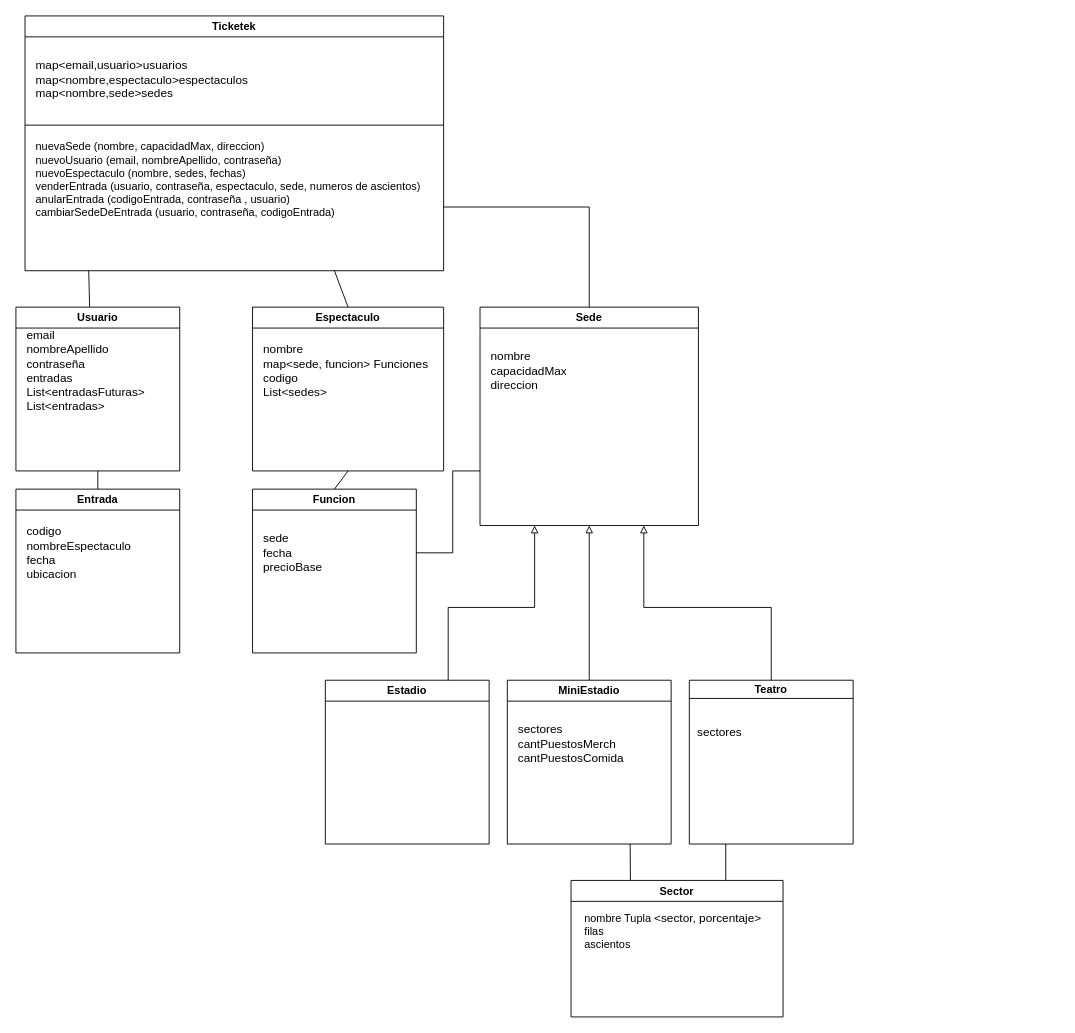
Before: src/TPprog2.drawio in MarianoRada/TP-progra-2, a draw.io diagram. Source tidied: cells renumbered, new cells numbered last; positions are measured from the earlier drawing's top-left corner, leaving out a move shared by most shapes. Both pictures are drawn from the tidied source at 91%, with x=0, y=0 at pixel (15, 15).
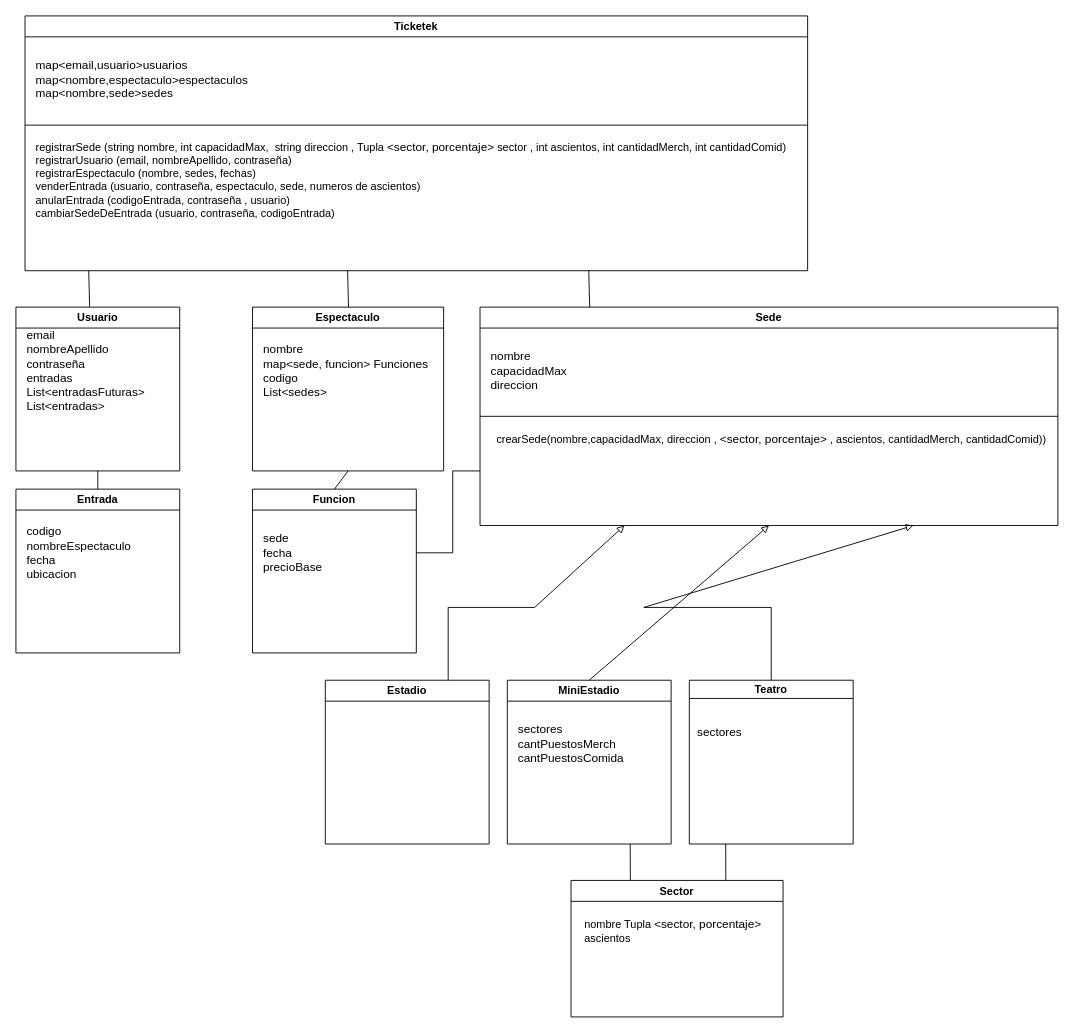
The same page after the edit.

The change refers to these unchanged cells:
```xml
<mxCell id="20" value="Sector" style="swimlane;whiteSpace=wrap;html=1;" parent="1" vertex="1">
  <mxGeometry x="610" y="950" width="233" height="150" as="geometry" />
</mxCell>
<mxCell id="26" value="Espectaculo" style="swimlane;whiteSpace=wrap;html=1;fillStyle=auto;rounded=0;glass=0;shadow=0;swimlaneLine=1;" parent="1" vertex="1">
  <mxGeometry x="260" y="320" width="210" height="180" as="geometry" />
</mxCell>
```

Diff of the diagram source:
```diff
@@
     <mxCell id="4" value="Ticketek" style="swimlane;whiteSpace=wrap;html=1;fillStyle=auto;rounded=0;glass=0;shadow=0;swimlaneLine=1;" parent="1" vertex="1">
-      <mxGeometry x="10" width="460" height="280" as="geometry" />
+      <mxGeometry x="10" width="860" height="280" as="geometry" />
     </mxCell>
@@
     <mxCell id="7" style="endArrow=none;html=1;rounded=0;exitX=0;exitY=0.5;exitDx=0;exitDy=0;" parent="4" edge="1">
       <mxGeometry relative="1" as="geometry">
         <mxPoint y="120" as="sourcePoint" />
-        <mxPoint x="460" y="120" as="targetPoint" />
+        <mxPoint x="860" y="120" as="targetPoint" />
       </mxGeometry>
     </mxCell>
-    <mxCell id="8" value="nuevaSede (nombre, capacidadMax, direccion)&lt;div&gt;nuevoUsuario (email, nombreApellido, contraseña)&lt;/div&gt;&lt;div&gt;nuevoEspectaculo (nombre, sedes, fechas)&lt;/div&gt;&lt;div&gt;venderEntrada (usuario, contraseña, espectaculo, sede, numeros de ascientos)&lt;/div&gt;&lt;div&gt;anularEntrada (codigoEntrada, contraseña , usuario)&lt;/div&gt;&lt;div&gt;cambiarSedeDeEntrada (usuario, contraseña, codigoEntrada)&lt;/div&gt;" style="text;html=1;align=left;verticalAlign=middle;strokeColor=none;fillColor=none;" parent="4" vertex="1">
-      <mxGeometry x="10" y="130" width="450" height="100" as="geometry" />
+    <mxCell id="8" value="registrarSede (string nombre, int capacidadMax,&amp;nbsp; string direccion , Tupla&amp;nbsp;&lt;span style=&quot;color: light-dark(rgb(0, 0, 0), rgb(255, 255, 255)); background-color: transparent; font-size: 13px;&quot;&gt;&amp;lt;sector, porcentaje&lt;/span&gt;&lt;span style=&quot;color: light-dark(rgb(0, 0, 0), rgb(255, 255, 255)); background-color: transparent; font-size: 13px;&quot;&gt;&amp;gt;&lt;/span&gt;&amp;nbsp;sector , int ascientos, int cantidadMerch, int cantidadComid)&lt;div&gt;registrarUsuario (email, nombreApellido, contraseña)&lt;/div&gt;&lt;div&gt;registrarEspectaculo (nombre, sedes, fechas)&lt;/div&gt;&lt;div&gt;venderEntrada (usuario, contraseña, espectaculo, sede, numeros de ascientos)&lt;/div&gt;&lt;div&gt;anularEntrada (codigoEntrada, contraseña , usuario)&lt;/div&gt;&lt;div&gt;cambiarSedeDeEntrada (usuario, contraseña, codigoEntrada)&lt;/div&gt;" style="text;html=1;align=left;verticalAlign=middle;strokeColor=none;fillColor=none;" parent="4" vertex="1">
+      <mxGeometry x="10" y="130" width="850" height="100" as="geometry" />
     </mxCell>
     <mxCell id="9" value="Sede" style="swimlane;whiteSpace=wrap;html=1;fillStyle=auto;rounded=0;glass=0;shadow=0;swimlaneLine=1;startSize=23;" parent="1" vertex="1">
-      <mxGeometry x="510" y="320" width="240" height="240" as="geometry" />
+      <mxGeometry x="510" y="320" width="635" height="240" as="geometry" />
     </mxCell>
@@
+    <mxCell id="35" value="crearSede(&lt;span style=&quot;text-align: left;&quot;&gt;nombre,capacidadMax, direccion ,&amp;nbsp;&lt;/span&gt;&lt;span style=&quot;color: light-dark(rgb(0, 0, 0), rgb(255, 255, 255)); text-align: left; background-color: transparent; font-size: 13px;&quot;&gt;&amp;lt;sector, porcentaje&lt;/span&gt;&lt;span style=&quot;color: light-dark(rgb(0, 0, 0), rgb(255, 255, 255)); text-align: left; background-color: transparent; font-size: 13px;&quot;&gt;&amp;gt;&lt;/span&gt;&lt;span style=&quot;text-align: left;&quot;&gt;&amp;nbsp;, ascientos, cantidadMerch, cantidadComid)&lt;/span&gt;)" style="text;html=1;align=center;verticalAlign=middle;strokeColor=none;fillColor=none;" parent="9" vertex="1">
+      <mxGeometry x="5" y="130" width="630" height="30" as="geometry" />
+    </mxCell>
@@
-    <mxCell id="21" value="&lt;div&gt;nombre Tupla&amp;nbsp;&lt;span style=&quot;background-color: transparent; color: light-dark(rgb(0, 0, 0), rgb(255, 255, 255)); font-size: 13px;&quot;&gt;&amp;lt;sector, porcentaje&lt;/span&gt;&lt;span style=&quot;background-color: transparent; color: light-dark(rgb(0, 0, 0), rgb(255, 255, 255)); font-size: 13px;&quot;&gt;&amp;gt;&lt;/span&gt;&lt;/div&gt;filas&lt;div&gt;ascientos&lt;/div&gt;&lt;div&gt;&lt;br&gt;&lt;/div&gt;" style="text;html=1;align=left;verticalAlign=middle;strokeColor=none;fillColor=none;" parent="20" vertex="1">
-      <mxGeometry x="13" y="28" width="220" height="70" as="geometry" />
+    <mxCell id="21" value="&lt;div&gt;nombre Tupla&amp;nbsp;&lt;span style=&quot;background-color: transparent; color: light-dark(rgb(0, 0, 0), rgb(255, 255, 255)); font-size: 13px;&quot;&gt;&amp;lt;sector, porcentaje&lt;/span&gt;&lt;span style=&quot;background-color: transparent; color: light-dark(rgb(0, 0, 0), rgb(255, 255, 255)); font-size: 13px;&quot;&gt;&amp;gt;&lt;/span&gt;&lt;/div&gt;&lt;div&gt;ascientos&lt;/div&gt;&lt;div&gt;&lt;br&gt;&lt;/div&gt;" style="text;html=1;align=left;verticalAlign=middle;strokeColor=none;fillColor=none;" parent="20" vertex="1">
+      <mxGeometry x="13" y="33" width="220" height="60" as="geometry" />
     </mxCell>
@@
-    <mxCell id="31" style="endArrow=none;html=1;rounded=0;entryX=0.5;entryY=0;entryDx=0;entryDy=0;exitX=1;exitY=0.75;exitDx=0;exitDy=0;" parent="1" edge="1" source="4" target="9">
-      <mxGeometry relative="1" as="geometry">
-        <Array as="points">
-          <mxPoint x="630" y="210" />
-        </Array>
-      </mxGeometry>
-    </mxCell>
@@
-    <mxCell id="34" style="endArrow=none;html=1;rounded=0;exitX=0.5;exitY=0;exitDx=0;exitDy=0;" parent="1" edge="1" source="26">
-      <mxGeometry relative="1" as="geometry">
-        <mxPoint x="350" y="280" as="targetPoint" />
-      </mxGeometry>
-    </mxCell>
+    <mxCell id="36" style="endArrow=none;html=1;rounded=0;entryX=1;entryY=0.5;entryDx=0;entryDy=0;exitX=0;exitY=0.5;exitDx=0;exitDy=0;" parent="1" edge="1" source="9" target="9">
+      <mxGeometry relative="1" as="geometry" />
+    </mxCell>
+    <mxCell id="37" style="endArrow=none;html=1;rounded=0;exitX=0.45;exitY=-0.002;exitDx=0;exitDy=0;exitPerimeter=0;" parent="1" edge="1">
+      <mxGeometry relative="1" as="geometry">
+        <mxPoint x="365.5" y="320" as="sourcePoint" />
+        <mxPoint x="364.5" y="280" as="targetPoint" />
+      </mxGeometry>
+    </mxCell>
+    <mxCell id="38" style="endArrow=none;html=1;rounded=0;exitX=0.45;exitY=-0.002;exitDx=0;exitDy=0;exitPerimeter=0;" parent="1" edge="1">
+      <mxGeometry relative="1" as="geometry">
+        <mxPoint x="630.5" y="320" as="sourcePoint" />
+        <mxPoint x="629.5" y="280" as="targetPoint" />
+      </mxGeometry>
+    </mxCell>
```
